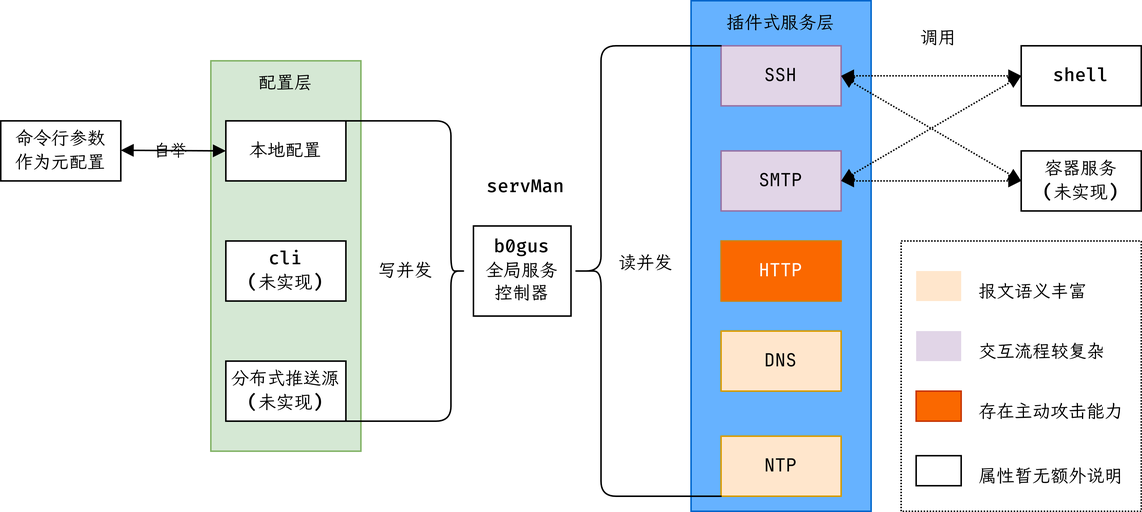
Before: assets/design/zh_cn/arch-design.png, a diagram exported from draw.io (TrisenYu/b0gus). Source tidied: cells renumbered, new cells last; positions are measured from the earlier drawing's top-left corner, leaving out a move shared by most shapes.
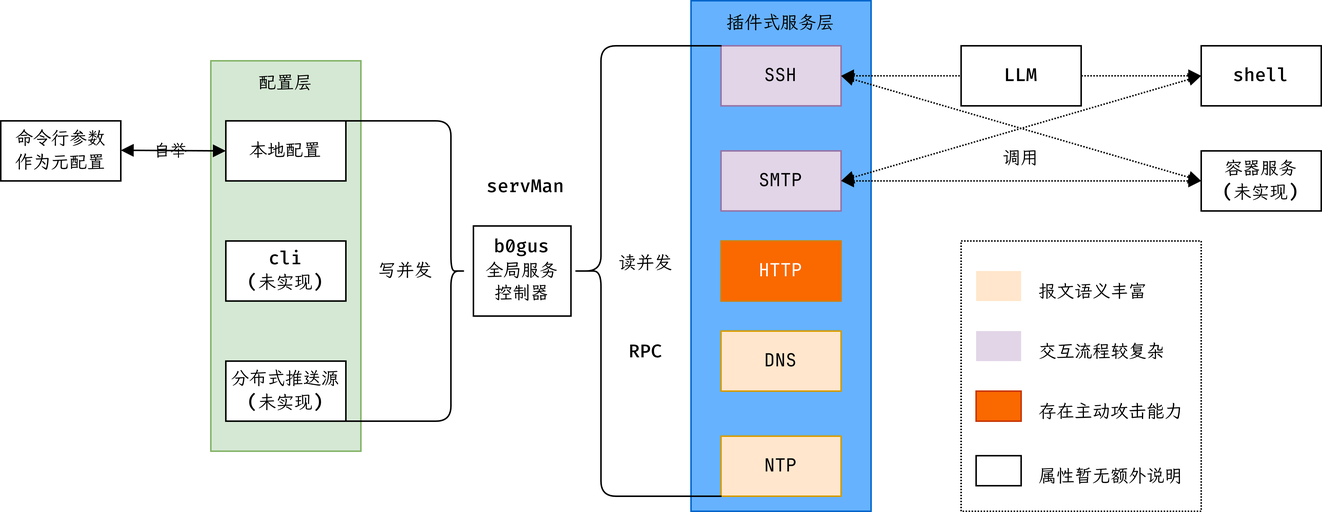
The same file after the commit.

What changed in the source:
```diff
@@ -36,10 +36,10 @@
       <mxGeometry x="315" y="150" width="65" height="60" as="geometry" />
     </mxCell>
     <mxCell id="13" value="&lt;font face=&quot;Fira Code&quot;&gt;shell&lt;/font&gt;" style="rounded=0;whiteSpace=wrap;html=1;" parent="1" vertex="1">
-      <mxGeometry x="680" y="30" width="80" height="40" as="geometry" />
+      <mxGeometry x="800" y="30" width="80" height="40" as="geometry" />
     </mxCell>
     <mxCell id="14" value="&lt;font face=&quot;Fira Code&quot;&gt;容器服务&lt;/font&gt;&lt;div&gt;&lt;font face=&quot;Fira Code&quot;&gt;(未实现)&lt;/font&gt;&lt;/div&gt;" style="rounded=0;whiteSpace=wrap;html=1;" parent="1" vertex="1">
-      <mxGeometry x="680" y="100" width="80" height="40" as="geometry" />
+      <mxGeometry x="800" y="100" width="80" height="40" as="geometry" />
     </mxCell>
     <mxCell id="15" style="endArrow=block;startArrow=block;html=1;exitX=1;exitY=0.5;exitDx=0;exitDy=0;entryX=0;entryY=0.5;entryDx=0;entryDy=0;dashed=1;dashPattern=1 1;startFill=1;endFill=1;" parent="1" edge="1" source="5" target="13">
       <mxGeometry relative="1" as="geometry" />
@@ -70,25 +70,25 @@
       </mxGeometry>
     </mxCell>
     <mxCell id="23" style="rounded=0;whiteSpace=wrap;html=1;fillColor=none;dashed=1;dashPattern=1 1;" parent="1" vertex="1">
-      <mxGeometry x="600" y="160" width="160" height="180" as="geometry" />
+      <mxGeometry x="640" y="160" width="160" height="180" as="geometry" />
     </mxCell>
     <mxCell id="24" style="text;html=1;align=center;verticalAlign=middle;whiteSpace=wrap;rounded=0;fillColor=#ffe6cc;strokeColor=none;" parent="1" vertex="1">
-      <mxGeometry x="610" y="180" width="30" height="20" as="geometry" />
+      <mxGeometry x="650" y="180" width="30" height="20" as="geometry" />
     </mxCell>
     <mxCell id="25" style="text;html=1;align=center;verticalAlign=middle;whiteSpace=wrap;rounded=0;fillColor=#e1d5e7;strokeColor=none;" parent="1" vertex="1">
-      <mxGeometry x="610" y="220" width="30" height="20" as="geometry" />
+      <mxGeometry x="650" y="220" width="30" height="20" as="geometry" />
     </mxCell>
     <mxCell id="26" value="&lt;div style=&quot;text-align: center;&quot;&gt;&lt;span style=&quot;background-color: transparent;&quot;&gt;交互流程较复杂&lt;/span&gt;&lt;/div&gt;" style="text;whiteSpace=wrap;html=1;" parent="1" vertex="1">
-      <mxGeometry x="650" y="220" width="90" height="20" as="geometry" />
+      <mxGeometry x="690" y="220" width="90" height="20" as="geometry" />
     </mxCell>
     <mxCell id="27" style="text;html=1;align=center;verticalAlign=middle;whiteSpace=wrap;rounded=0;strokeColor=default;fillColor=#FFFFFF;" parent="1" vertex="1">
-      <mxGeometry x="610" y="303" width="30" height="20" as="geometry" />
+      <mxGeometry x="650" y="303" width="30" height="20" as="geometry" />
     </mxCell>
     <mxCell id="28" value="&lt;div style=&quot;text-align: center;&quot;&gt;属性暂无额外说明&lt;/div&gt;" style="text;whiteSpace=wrap;html=1;" parent="1" vertex="1">
-      <mxGeometry x="650" y="303" width="110" height="20" as="geometry" />
+      <mxGeometry x="690" y="303" width="110" height="20" as="geometry" />
     </mxCell>
     <mxCell id="29" value="&lt;div style=&quot;text-align: center;&quot;&gt;报文语义丰富&lt;/div&gt;" style="text;whiteSpace=wrap;html=1;" parent="1" vertex="1">
-      <mxGeometry x="650" y="180" width="90" height="20" as="geometry" />
+      <mxGeometry x="690" y="180" width="90" height="20" as="geometry" />
     </mxCell>
     <mxCell id="30" value="&lt;font style=&quot;color: rgb(0, 0, 0);&quot;&gt;配置层&lt;/font&gt;" style="text;html=1;align=center;verticalAlign=middle;whiteSpace=wrap;rounded=0;strokeColor=none;" parent="1" vertex="1">
       <mxGeometry x="160" y="40" width="60" height="30" as="geometry" />
@@ -97,13 +97,13 @@
       <mxGeometry x="470" width="100" height="30" as="geometry" />
     </mxCell>
     <mxCell id="32" style="text;html=1;align=center;verticalAlign=middle;whiteSpace=wrap;rounded=0;fillColor=#fa6800;strokeColor=#C73500;fontColor=#000000;" parent="1" vertex="1">
-      <mxGeometry x="610" y="260" width="30" height="20" as="geometry" />
+      <mxGeometry x="650" y="260" width="30" height="20" as="geometry" />
     </mxCell>
     <mxCell id="33" value="存在主动攻击能力&lt;div style=&quot;text-align: center;&quot;&gt;&lt;/div&gt;" style="text;whiteSpace=wrap;html=1;" parent="1" vertex="1">
-      <mxGeometry x="650" y="260" width="110" height="20" as="geometry" />
+      <mxGeometry x="690" y="260" width="110" height="20" as="geometry" />
     </mxCell>
     <mxCell id="34" value="调用" style="text;html=1;align=center;verticalAlign=middle;whiteSpace=wrap;rounded=0;" parent="1" vertex="1">
-      <mxGeometry x="595" y="10" width="60" height="30" as="geometry" />
+      <mxGeometry x="650" y="90" width="60" height="30" as="geometry" />
     </mxCell>
     <mxCell id="35" style="shape=curlyBracket;whiteSpace=wrap;html=1;rounded=1;labelPosition=left;verticalLabelPosition=middle;align=right;verticalAlign=middle;shadow=0;linecap=round;linejoin=miter-clip;rotation=-180;size=0.125;" parent="1" vertex="1">
       <mxGeometry x="230" y="80" width="80" height="200" as="geometry" />
@@ -117,5 +117,11 @@
     <mxCell id="38" value="写并发" style="text;html=1;align=center;verticalAlign=middle;whiteSpace=wrap;rounded=0;" parent="1" vertex="1">
       <mxGeometry x="240" y="165" width="60" height="30" as="geometry" />
     </mxCell>
+    <mxCell id="39" value="&lt;font face=&quot;Fira Code&quot;&gt;LLM&lt;/font&gt;" style="rounded=0;whiteSpace=wrap;html=1;" parent="1" vertex="1">
+      <mxGeometry x="640" y="30" width="80" height="40" as="geometry" />
+    </mxCell>
+    <mxCell id="40" value="RPC" style="text;html=1;align=center;verticalAlign=middle;whiteSpace=wrap;rounded=0;fontFamily=Fira Code;" parent="1" vertex="1">
+      <mxGeometry x="400" y="220" width="60" height="30" as="geometry" />
+    </mxCell>
   </root>
 </mxGraphModel>
```
